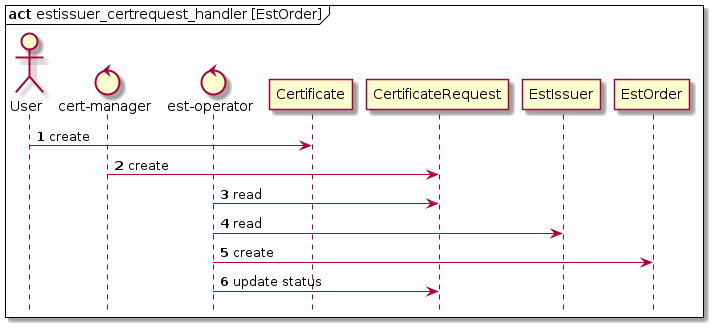
This is docs/images/act-certificaterequest.png from mitre/est-operator, a PlantUML export, as it was before one commit. Its diagram source:
```plantuml
@startuml
hide footbox
autonumber
mainframe **act** estissuer_certrequest_handler [EstOrder]
actor User
control "cert-manager" as certmgr
control "est-operator" as estoperator
User -> Certificate : create
certmgr -> CertificateRequest : create
estoperator -> CertificateRequest : read
estoperator -> EstIssuer : read
estoperator -> EstOrder : create
estoperator -> CertificateRequest : update status
@enduml
```
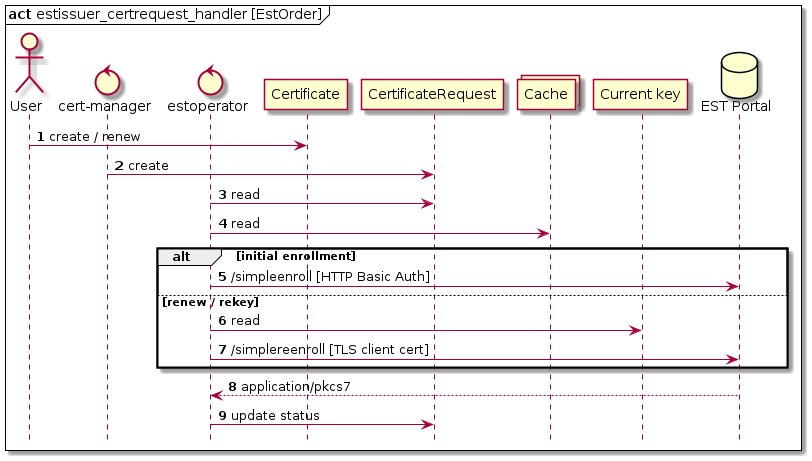
After the change.

What changed in the source:
```diff
@@ -4,11 +4,23 @@
 mainframe **act** estissuer_certrequest_handler [EstOrder]
 actor User
 control "cert-manager" as certmgr
-control "est-operator" as estoperator
-User -> Certificate : create
+control "estoperator" as estoperator
+participant "Certificate"
+participant "CertificateRequest"
+collections "Cache" as EstIssuer
+participant "Current key" as CertificateSecret
+database "EST Portal" as estportal
+
+User -> Certificate : create / renew
 certmgr -> CertificateRequest : create
 estoperator -> CertificateRequest : read
 estoperator -> EstIssuer : read
-estoperator -> EstOrder : create
+alt initial enrollment
+    estoperator -> estportal : /simpleenroll [HTTP Basic Auth]
+else renew / rekey
+    estoperator -> CertificateSecret : read
+    estoperator -> estportal : /simplereenroll [TLS client cert]
+end
+estportal --> estoperator : application/pkcs7
 estoperator -> CertificateRequest : update status
 @enduml
```
